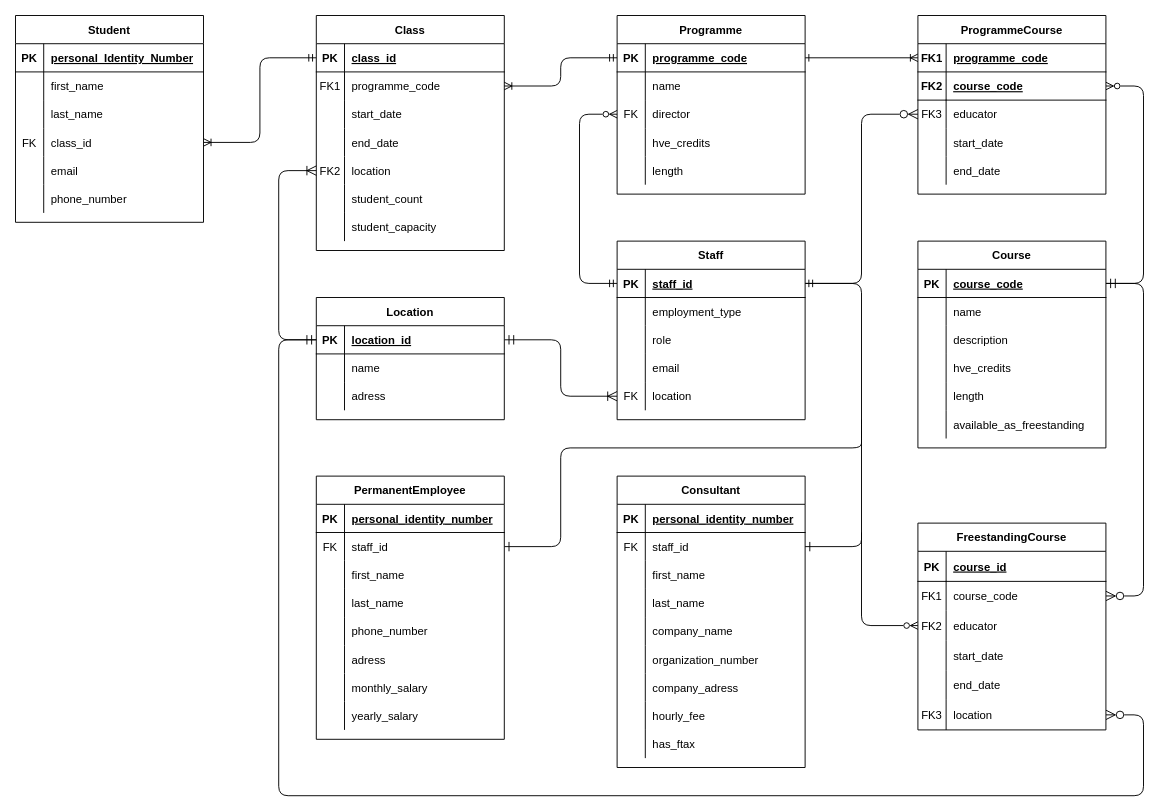
Before: yh_labb/logical_model/logical_model.drawio in dagmarveronika/data-modeling-charlotta-dellborg-de24, a draw.io diagram. Source tidied: cells renumbered, new cells numbered last; positions are measured from the earlier drawing's top-left corner, leaving out a move shared by most shapes. Both pictures are drawn from the tidied source at 94%, with x=0, y=0 at pixel (15, 15).
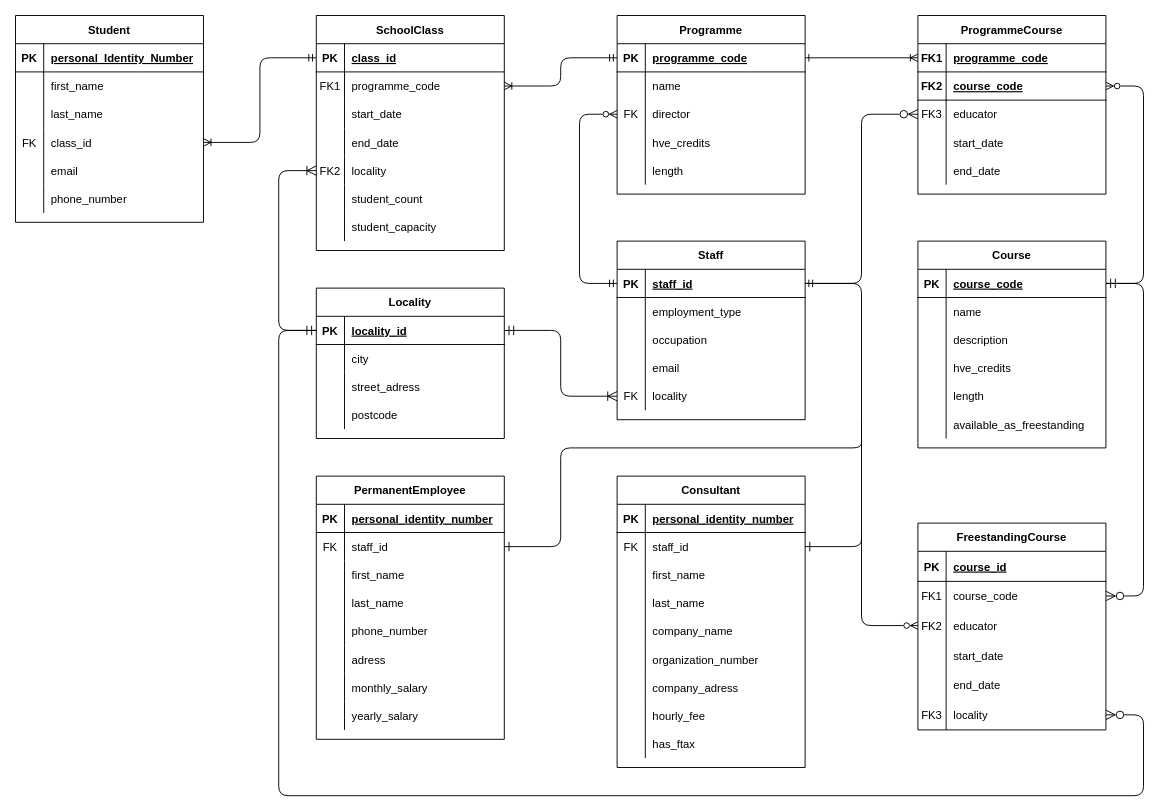
Above is the later version.

Commit message (it also covers changes not shown here):
corrected names of entities and attributes to correspond with physical model

Unchanged cells that the change refers to:
```xml
<mxCell id="16" style="shape=partialRectangle;fillColor=none;points=[[0,0.5],[1,0.5]];portConstraint=eastwest;top=0;left=0;right=0;bottom=0;" parent="3" vertex="1">
  <mxGeometry y="150" width="200" height="30" as="geometry" />
</mxCell>
<mxCell id="111" style="shape=partialRectangle;fillColor=none;points=[[0,0.5],[1,0.5]];portConstraint=eastwest;top=0;left=0;right=0;bottom=1;" parent="110" vertex="1">
  <mxGeometry y="30" width="200" height="30" as="geometry" />
</mxCell>
<mxCell id="114" style="shape=partialRectangle;fillColor=none;top=0;left=0;right=0;bottom=0;" parent="110" vertex="1">
  <mxGeometry y="60" width="200" height="30" as="geometry" />
</mxCell>
<mxCell id="117" style="shape=partialRectangle;fillColor=none;top=0;left=0;right=0;bottom=0;" parent="110" vertex="1">
  <mxGeometry y="90" width="200" height="30" as="geometry" />
</mxCell>
<mxCell id="152" style="shape=partialRectangle;fillColor=none;top=0;left=0;right=0;bottom=0;" parent="145" vertex="1">
  <mxGeometry y="90" width="200" height="30" as="geometry" />
</mxCell>
<mxCell id="158" style="shape=partialRectangle;fillColor=none;points=[[0,0.5],[1,0.5]];portConstraint=eastwest;top=0;left=0;right=0;bottom=0;" parent="145" vertex="1">
  <mxGeometry y="150" width="200" height="30" as="geometry" />
</mxCell>
<mxCell id="202" style="shape=partialRectangle;fillColor=none;points=[[0,0.5],[1,0.5]];portConstraint=eastwest;top=0;left=0;right=0;bottom=0;" parent="186" vertex="1">
  <mxGeometry y="188" width="200" height="32" as="geometry" />
</mxCell>
```

Change to the diagram source:
```diff
@@
-    <mxCell id="3" value="Class" style="shape=table;startSize=30;childLayout=tableLayout;rowLines=0;fontStyle=1;align=center;swimlaneFillColor=default;" parent="1" vertex="1">
+    <mxCell id="3" value="SchoolClass" style="shape=table;startSize=30;childLayout=tableLayout;rowLines=0;fontStyle=1;align=center;swimlaneFillColor=default;" parent="1" vertex="1">
       <mxGeometry x="320" width="200" height="250" as="geometry" />
     </mxCell>
@@
-    <mxCell id="18" value="location" style="shape=partialRectangle;overflow=hidden;fillColor=none;top=0;left=0;bottom=0;right=0;align=left;spacingLeft=6;" parent="16" vertex="1">
+    <mxCell id="18" value="locality" style="shape=partialRectangle;overflow=hidden;fillColor=none;top=0;left=0;bottom=0;right=0;align=left;spacingLeft=6;" parent="16" vertex="1">
       <mxGeometry x="30" width="170" height="30" as="geometry" />
     </mxCell>
@@
     <mxCell id="109" style="rounded=1;jettySize=auto;html=1;entryX=1;entryY=0.5;entryDx=0;entryDy=0;fontSize=12;startSize=8;endSize=8;exitX=0;exitY=0.5;exitDx=0;exitDy=0;endArrow=ERzeroToMany;endFill=0;edgeStyle=orthogonalEdgeStyle;" parent="1" edge="1" source="111" target="202">
       <mxGeometry relative="1" as="geometry">
         <Array as="points">
-          <mxPoint x="280" y="345" />
+          <mxPoint x="280" y="335" />
           <mxPoint x="280" y="830" />
           <mxPoint x="1200" y="830" />
           <mxPoint x="1200" y="744" />
         </Array>
       </mxGeometry>
     </mxCell>
-    <mxCell id="110" value="Location" style="shape=table;startSize=30;childLayout=tableLayout;rowLines=0;fontStyle=1;align=center;swimlaneFillColor=default;" parent="1" vertex="1">
-      <mxGeometry x="320" y="300" width="200" height="130" as="geometry" />
+    <mxCell id="110" value="Locality" style="shape=table;startSize=30;childLayout=tableLayout;rowLines=0;fontStyle=1;align=center;swimlaneFillColor=default;" parent="1" vertex="1">
+      <mxGeometry x="320" y="290" width="200" height="160" as="geometry" />
     </mxCell>
@@
-    <mxCell id="113" value="location_id" style="shape=partialRectangle;overflow=hidden;fillColor=none;top=0;left=0;bottom=0;right=0;align=left;spacingLeft=6;fontStyle=5;" parent="111" vertex="1">
+    <mxCell id="113" value="locality_id" style="shape=partialRectangle;overflow=hidden;fillColor=none;top=0;left=0;bottom=0;right=0;align=left;spacingLeft=6;fontStyle=5;" parent="111" vertex="1">
       <mxGeometry x="30" width="170" height="30" as="geometry" />
     </mxCell>
@@
-    <mxCell id="116" value="name" style="shape=partialRectangle;overflow=hidden;fillColor=none;top=0;left=0;bottom=0;right=0;align=left;spacingLeft=6;" parent="114" vertex="1">
+    <mxCell id="116" value="city" style="shape=partialRectangle;overflow=hidden;fillColor=none;top=0;left=0;bottom=0;right=0;align=left;spacingLeft=6;" parent="114" vertex="1">
       <mxGeometry x="30" width="170" height="30" as="geometry" />
     </mxCell>
@@
-    <mxCell id="119" value="adress" style="shape=partialRectangle;overflow=hidden;fillColor=none;top=0;left=0;bottom=0;right=0;align=left;spacingLeft=6;" parent="117" vertex="1">
+    <mxCell id="119" value="street_adress" style="shape=partialRectangle;overflow=hidden;fillColor=none;top=0;left=0;bottom=0;right=0;align=left;spacingLeft=6;" parent="117" vertex="1">
       <mxGeometry x="30" width="170" height="30" as="geometry" />
     </mxCell>
+    <mxCell id="206" style="shape=partialRectangle;fillColor=none;top=0;left=0;right=0;bottom=0;" parent="110" vertex="1">
+      <mxGeometry y="120" width="200" height="30" as="geometry" />
+    </mxCell>
+    <mxCell id="207" style="shape=partialRectangle;overflow=hidden;fillColor=none;top=0;left=0;bottom=0;right=0;" parent="206" vertex="1">
+      <mxGeometry width="30" height="30" as="geometry" />
+    </mxCell>
+    <mxCell id="208" value="postcode" style="shape=partialRectangle;overflow=hidden;fillColor=none;top=0;left=0;bottom=0;right=0;align=left;spacingLeft=6;" parent="206" vertex="1">
+      <mxGeometry x="30" width="170" height="30" as="geometry" />
+    </mxCell>
@@
-    <mxCell id="154" value="role" style="shape=partialRectangle;overflow=hidden;fillColor=none;top=0;left=0;bottom=0;right=0;align=left;spacingLeft=6;" parent="152" vertex="1">
+    <mxCell id="154" value="occupation" style="shape=partialRectangle;overflow=hidden;fillColor=none;top=0;left=0;bottom=0;right=0;align=left;spacingLeft=6;" parent="152" vertex="1">
       <mxGeometry x="30" width="170" height="30" as="geometry" />
     </mxCell>
@@
-    <mxCell id="160" value="location" style="shape=partialRectangle;overflow=hidden;fillColor=none;top=0;left=0;bottom=0;right=0;align=left;spacingLeft=6;" parent="158" vertex="1">
+    <mxCell id="160" value="locality" style="shape=partialRectangle;overflow=hidden;fillColor=none;top=0;left=0;bottom=0;right=0;align=left;spacingLeft=6;" parent="158" vertex="1">
       <mxGeometry x="30" width="170" height="30" as="geometry" />
     </mxCell>
@@
-    <mxCell id="204" value="location" style="shape=partialRectangle;overflow=hidden;fillColor=none;top=0;left=0;bottom=0;right=0;align=left;spacingLeft=6;" parent="202" vertex="1">
+    <mxCell id="204" value="locality" style="shape=partialRectangle;overflow=hidden;fillColor=none;top=0;left=0;bottom=0;right=0;align=left;spacingLeft=6;" parent="202" vertex="1">
       <mxGeometry x="30" width="170" height="32" as="geometry" />
     </mxCell>
     <mxCell id="205" style="edgeStyle=orthogonalEdgeStyle;rounded=1;jettySize=auto;html=1;entryX=0;entryY=0.5;entryDx=0;entryDy=0;fontSize=12;startSize=8;endSize=8;exitX=0;exitY=0.5;exitDx=0;exitDy=0;endArrow=ERmandOne;endFill=0;startArrow=ERoneToMany;startFill=0;curved=0;" parent="1" edge="1" source="16" target="111">
       <mxGeometry relative="1" as="geometry">
         <Array as="points">
           <mxPoint x="280" y="165" />
-          <mxPoint x="280" y="345" />
+          <mxPoint x="280" y="335" />
         </Array>
       </mxGeometry>
     </mxCell>
```
